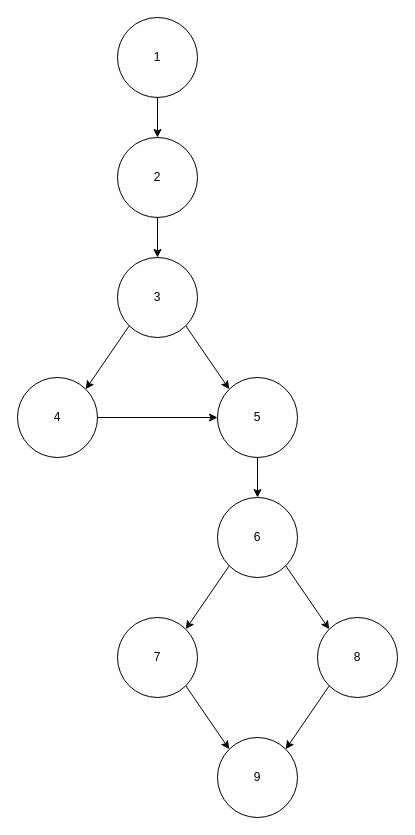
This is Prueba_del_camino_basico.drawio from Kristiansito/Diagramas, a draw.io file, before an edit. Source tidied: cells renumbered, new cells numbered last; positions are measured from the earlier drawing's top-left corner, leaving out a move shared by most shapes. Both pictures are drawn from the tidied source at 100%, with x=0, y=0 at pixel (17, 17).
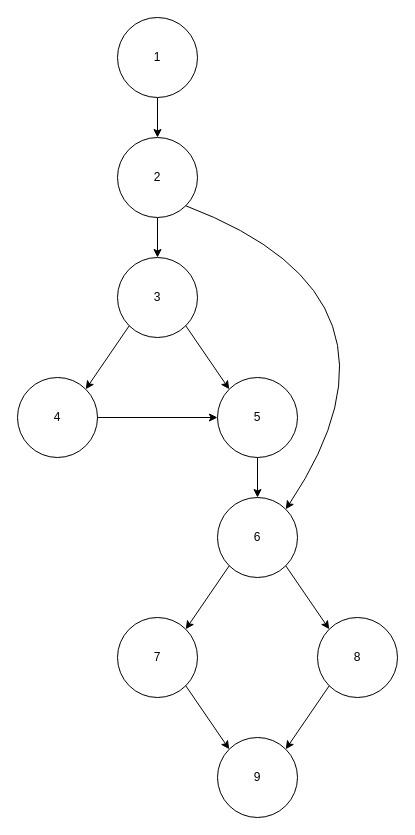
The same page after the edit.

The change refers to these unchanged cells:
```xml
<mxCell id="5" value="2" style="ellipse;whiteSpace=wrap;html=1;" parent="1" vertex="1">
  <mxGeometry x="100" y="120" width="80" height="80" as="geometry" />
</mxCell>
<mxCell id="13" value="6" style="ellipse;whiteSpace=wrap;html=1;" parent="1" vertex="1">
  <mxGeometry x="200" y="480" width="80" height="80" as="geometry" />
</mxCell>
```

The edit, as a diff of the source:
```diff
@@
+    <mxCell id="21" style="curved=1;endArrow=classic;html=1;rounded=0;entryX=1;entryY=0;entryDx=0;entryDy=0;exitX=1;exitY=1;exitDx=0;exitDy=0;" parent="1" edge="1" source="5" target="13">
+      <mxGeometry relative="1" as="geometry">
+        <Array as="points">
+          <mxPoint x="410" y="280" />
+        </Array>
+      </mxGeometry>
+    </mxCell>
```
